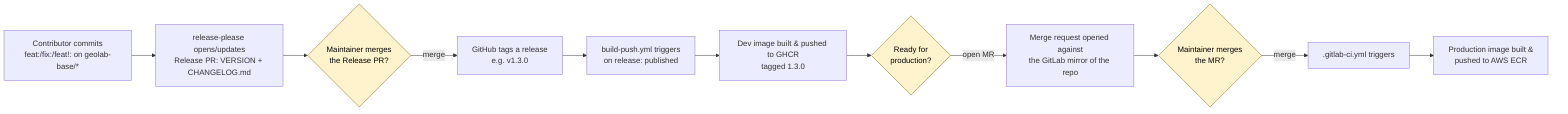
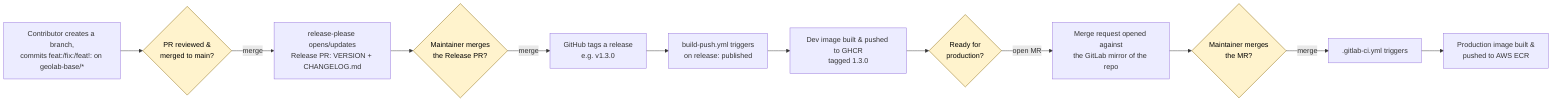
flowchart LR
-     A["Contributor commits\nfeat:/fix:/feat!: on geolab-base/*"] --> B["release-please opens/updates\nRelease PR: VERSION + CHANGELOG.md"]
+     A["Contributor creates a branch,\ncommits feat:/fix:/feat!: on geolab-base/*"] --> A2{"PR reviewed &\nmerged to main?"}
+     A2 -- merge --> B["release-please opens/updates\nRelease PR: VERSION + CHANGELOG.md"]
    B --> C{"Maintainer merges\nthe Release PR?"}
    C -- merge --> D["GitHub tags a release\ne.g. v1.3.0"]
    D --> E["build-push.yml triggers\non release: published"]
    E --> F["Dev image built & pushed to GHCR\ntagged 1.3.0"]
    F --> G{"Ready for\nproduction?"}
    G -- "open MR" --> H["Merge request opened against\nthe GitLab mirror of the repo"]
    H --> I{"Maintainer merges\nthe MR?"}
    I -- merge --> J[".gitlab-ci.yml triggers"]
    J --> K["Production image built &\npushed to AWS ECR"]

+     style A2 fill:#fff3cd,stroke:#856404,color:#000
    style C fill:#fff3cd,stroke:#856404,color:#000
    style G fill:#fff3cd,stroke:#856404,color:#000
    style I fill:#fff3cd,stroke:#856404,color:#000
